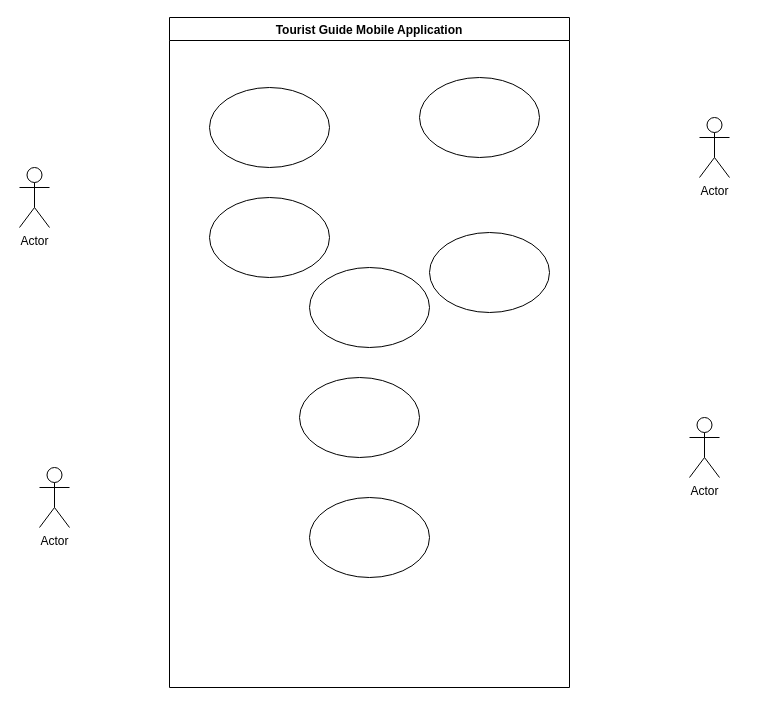
The draw.io diagram appusecase.drawio in Dinuvi9170/NSBM-Green-University, before the edit. Source tidied: cells renumbered, new cells numbered last; positions are measured from the earlier drawing's top-left corner, leaving out a move shared by most shapes. Both pictures are drawn from the tidied source at 100%, with x=0, y=0 at pixel (19, 17).
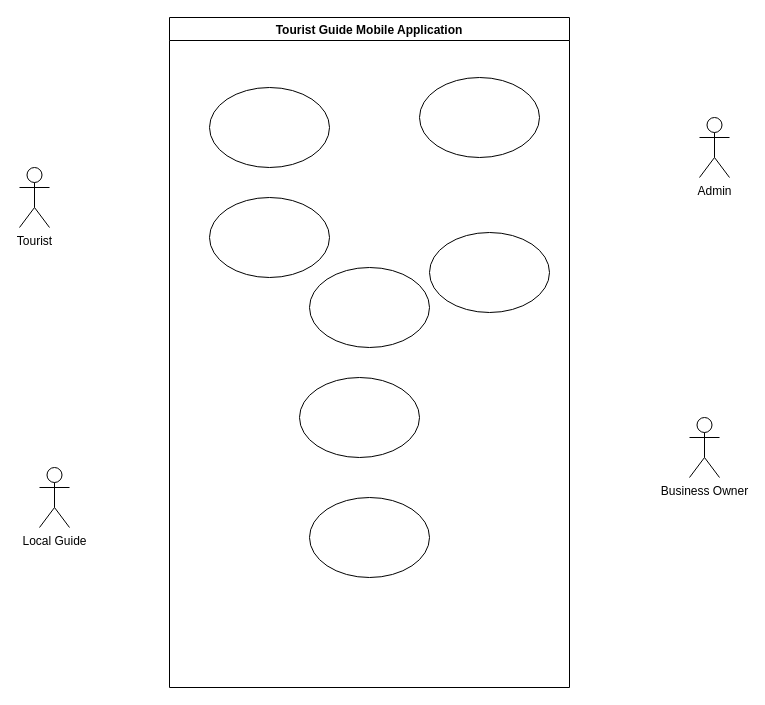
After the change.

Change to the diagram source:
```diff
@@
 <mxGraphModel>
   <root>
     <mxCell id="0" />
     <mxCell id="1" parent="0" />
     <mxCell id="2" value="Tourist Guide Mobile Application" style="swimlane;" parent="1" vertex="1">
       <mxGeometry x="150" width="400" height="670" as="geometry" />
     </mxCell>
     <mxCell id="3" style="ellipse;whiteSpace=wrap;html=1;" parent="2" vertex="1">
       <mxGeometry x="140" y="250" width="120" height="80" as="geometry" />
     </mxCell>
     <mxCell id="4" style="ellipse;whiteSpace=wrap;html=1;" parent="2" vertex="1">
       <mxGeometry x="140" y="480" width="120" height="80" as="geometry" />
     </mxCell>
     <mxCell id="5" style="ellipse;whiteSpace=wrap;html=1;" parent="2" vertex="1">
       <mxGeometry x="130" y="360" width="120" height="80" as="geometry" />
     </mxCell>
     <mxCell id="6" style="ellipse;whiteSpace=wrap;html=1;" parent="2" vertex="1">
       <mxGeometry x="40" y="180" width="120" height="80" as="geometry" />
     </mxCell>
     <mxCell id="7" style="ellipse;whiteSpace=wrap;html=1;" parent="2" vertex="1">
       <mxGeometry x="260" y="215" width="120" height="80" as="geometry" />
     </mxCell>
     <mxCell id="8" style="ellipse;whiteSpace=wrap;html=1;" parent="2" vertex="1">
       <mxGeometry x="250" y="60" width="120" height="80" as="geometry" />
     </mxCell>
     <mxCell id="9" style="ellipse;whiteSpace=wrap;html=1;" parent="2" vertex="1">
       <mxGeometry x="40" y="70" width="120" height="80" as="geometry" />
     </mxCell>
-    <mxCell id="10" value="Actor" style="shape=umlActor;verticalLabelPosition=bottom;verticalAlign=top;html=1;" parent="1" vertex="1">
+    <mxCell id="10" value="Tourist" style="shape=umlActor;verticalLabelPosition=bottom;verticalAlign=top;html=1;" parent="1" vertex="1">
       <mxGeometry y="150" width="30" height="60" as="geometry" />
     </mxCell>
-    <mxCell id="11" value="Actor" style="shape=umlActor;verticalLabelPosition=bottom;verticalAlign=top;html=1;" parent="1" vertex="1">
+    <mxCell id="11" value="Local Guide" style="shape=umlActor;verticalLabelPosition=bottom;verticalAlign=top;html=1;" parent="1" vertex="1">
       <mxGeometry x="20" y="450" width="30" height="60" as="geometry" />
     </mxCell>
-    <mxCell id="12" value="Actor" style="shape=umlActor;verticalLabelPosition=bottom;verticalAlign=top;html=1;" parent="1" vertex="1">
+    <mxCell id="12" value="Business Owner" style="shape=umlActor;verticalLabelPosition=bottom;verticalAlign=top;html=1;" parent="1" vertex="1">
       <mxGeometry x="670" y="400" width="30" height="60" as="geometry" />
     </mxCell>
-    <mxCell id="13" value="Actor" style="shape=umlActor;verticalLabelPosition=bottom;verticalAlign=top;html=1;" parent="1" vertex="1">
+    <mxCell id="13" value="Admin" style="shape=umlActor;verticalLabelPosition=bottom;verticalAlign=top;html=1;" parent="1" vertex="1">
       <mxGeometry x="680" y="100" width="30" height="60" as="geometry" />
     </mxCell>
   </root>
 </mxGraphModel>
```
